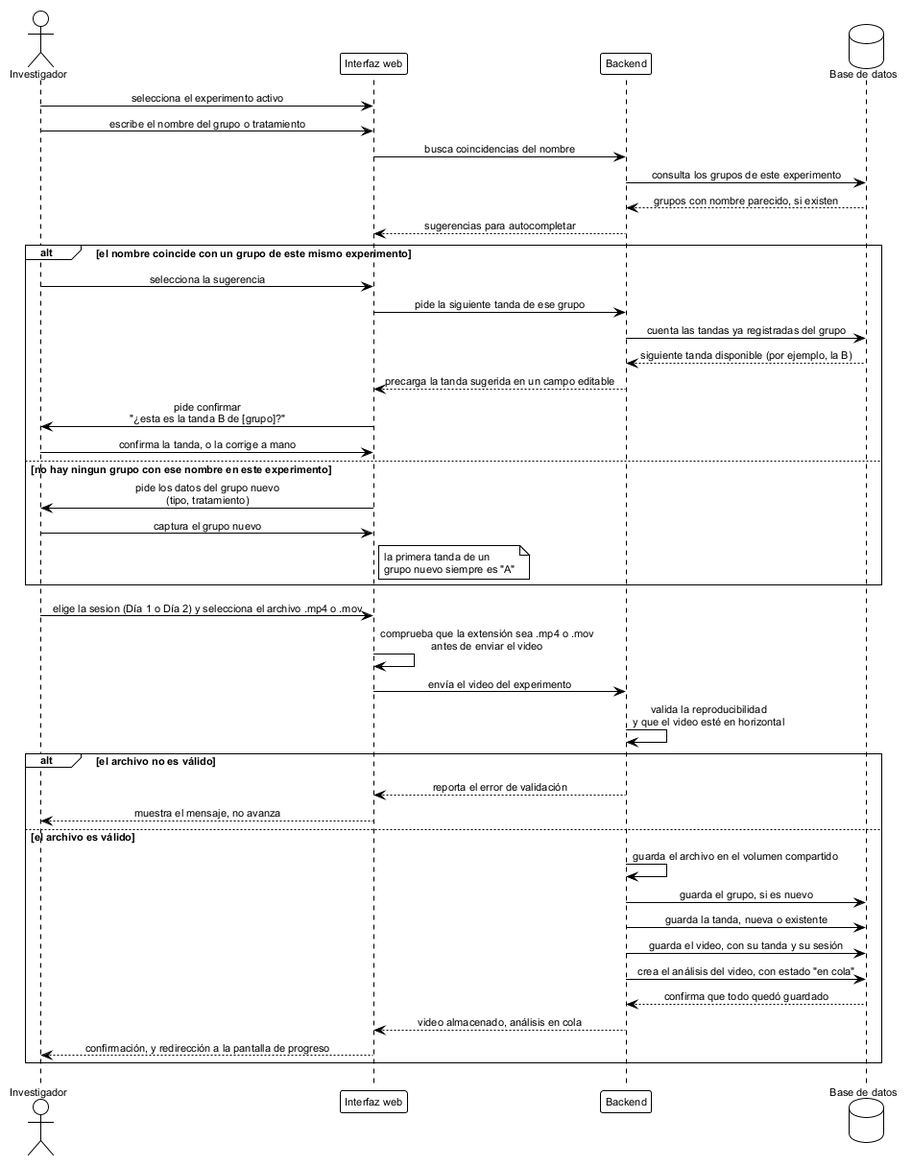
This is figures/mermaid/seq_carga_video.png from ErickJester/fst-ai-system-latex, a PlantUML export, as it was before one commit.
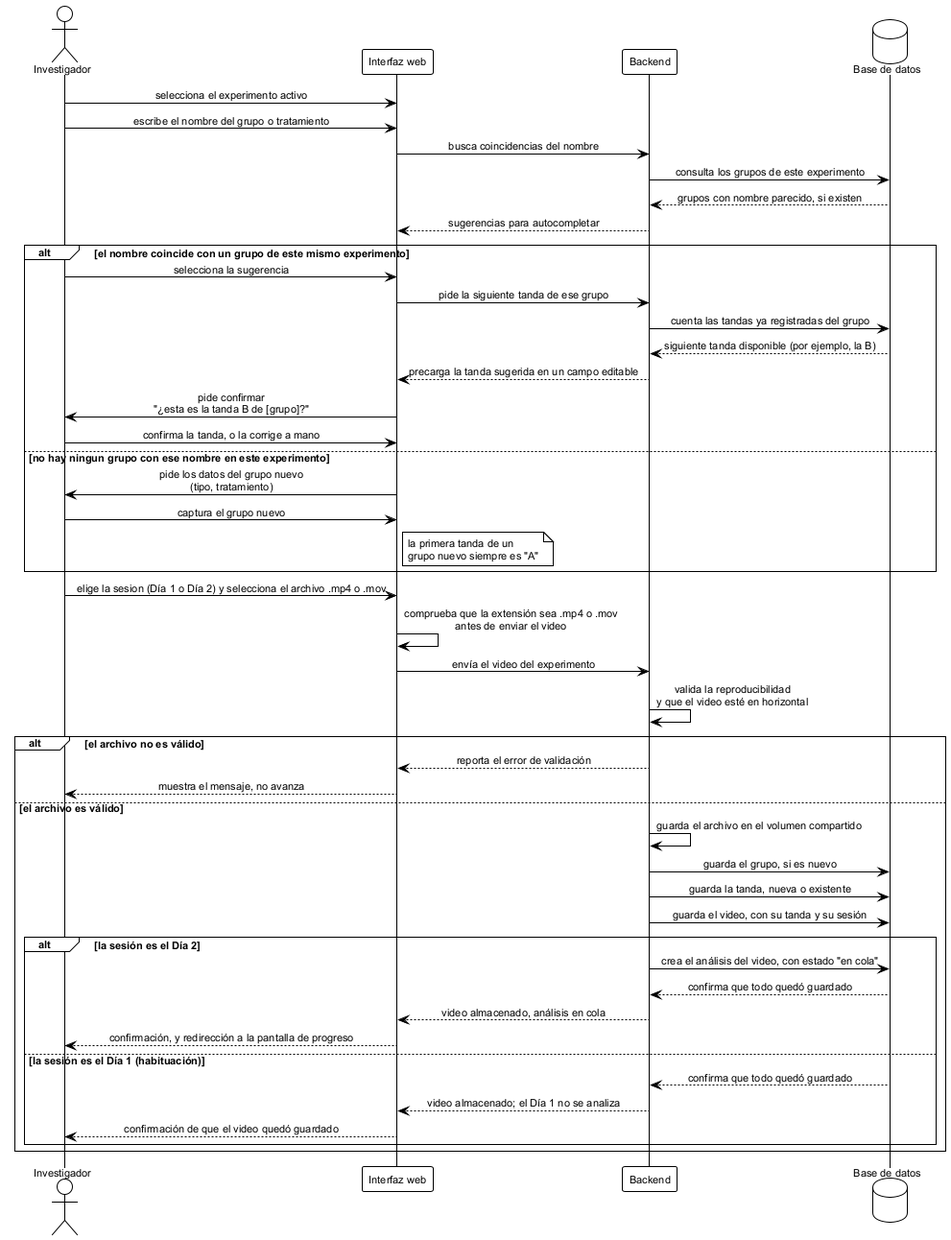
Above is the later version.

The edit, as a diff of the source:
```diff
@@ -51,10 +51,16 @@
   api -> db: guarda el grupo, si es nuevo
   api -> db: guarda la tanda, nueva o existente
   api -> db: guarda el video, con su tanda y su sesión
-  api -> db: crea el análisis del video, con estado "en cola"
-  db --> api: confirma que todo quedó guardado
-  api --> ui: video almacenado, análisis en cola
-  ui --> inv: confirmación, y redirección a la pantalla de progreso
+  alt la sesión es el Día 2
+    api -> db: crea el análisis del video, con estado "en cola"
+    db --> api: confirma que todo quedó guardado
+    api --> ui: video almacenado, análisis en cola
+    ui --> inv: confirmación, y redirección a la pantalla de progreso
+  else la sesión es el Día 1 (habituación)
+    db --> api: confirma que todo quedó guardado
+    api --> ui: video almacenado; el Día 1 no se analiza
+    ui --> inv: confirmación de que el video quedó guardado
+  end
 end
 
 @enduml
```
